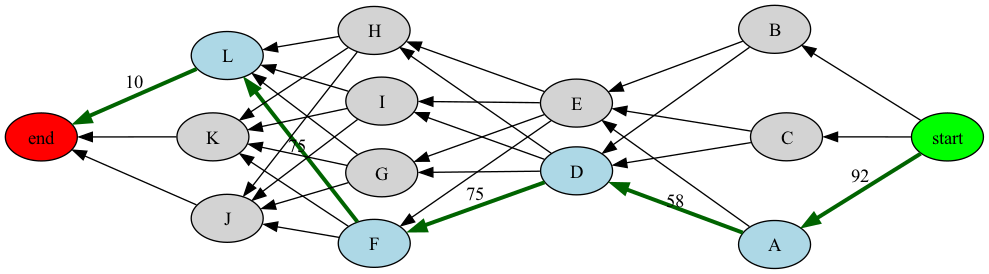
Before: process.gv.png, a diagram exported from Graphviz (BelalHmeidat/TripCost). Its source is kept beside it as process.gv.
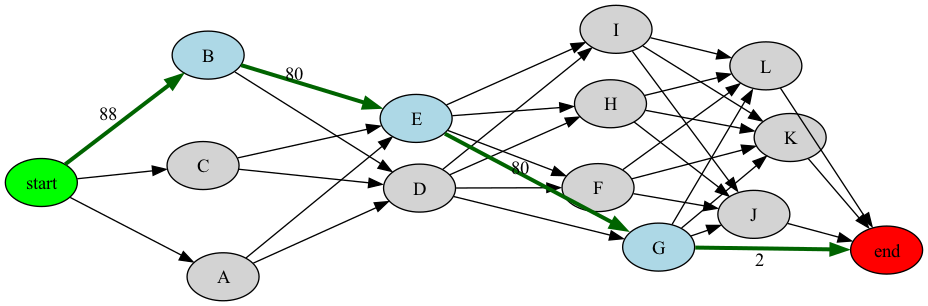
The same diagram one commit later.

The edit, as a diff of the source:
```diff
@@ -2,32 +2,33 @@
 	node [style=filled]
 	edge [dir=forward]
 	start [fillcolor=green]
-	start -- A [label=92 color=darkgreen penwidth=3]
-	start -- B
+	start -- A
+	start -- B [label=88 color=darkgreen penwidth=3]
 	start -- C
-	A [fillcolor=lightblue]
-	A -- D [label=58 color=darkgreen penwidth=3]
+	A -- D
 	A -- E
+	B [fillcolor=lightblue]
 	B -- D
-	B -- E
+	B -- E [label=80 color=darkgreen penwidth=3]
 	C -- D
 	C -- E
-	D [fillcolor=lightblue]
-	D -- F [label=75 color=darkgreen penwidth=3]
+	D -- F
 	D -- G
 	D -- H
 	D -- I
+	E [fillcolor=lightblue]
 	E -- F
-	E -- G
+	E -- G [label=80 color=darkgreen penwidth=3]
 	E -- H
 	E -- I
-	F [fillcolor=lightblue]
 	F -- J
 	F -- K
-	F -- L [label=75 color=darkgreen penwidth=3]
+	F -- L
+	G [fillcolor=lightblue]
 	G -- J
 	G -- K
 	G -- L
+	G -- end [label=2 color=darkgreen penwidth=3]
 	H -- J
 	H -- K
 	H -- L
@@ -36,7 +37,6 @@
 	I -- L
 	J -- end
 	K -- end
-	L [fillcolor=lightblue]
-	L -- end [label=10 color=darkgreen penwidth=3]
+	L -- end
 	end [fillcolor=red]
 }
```
